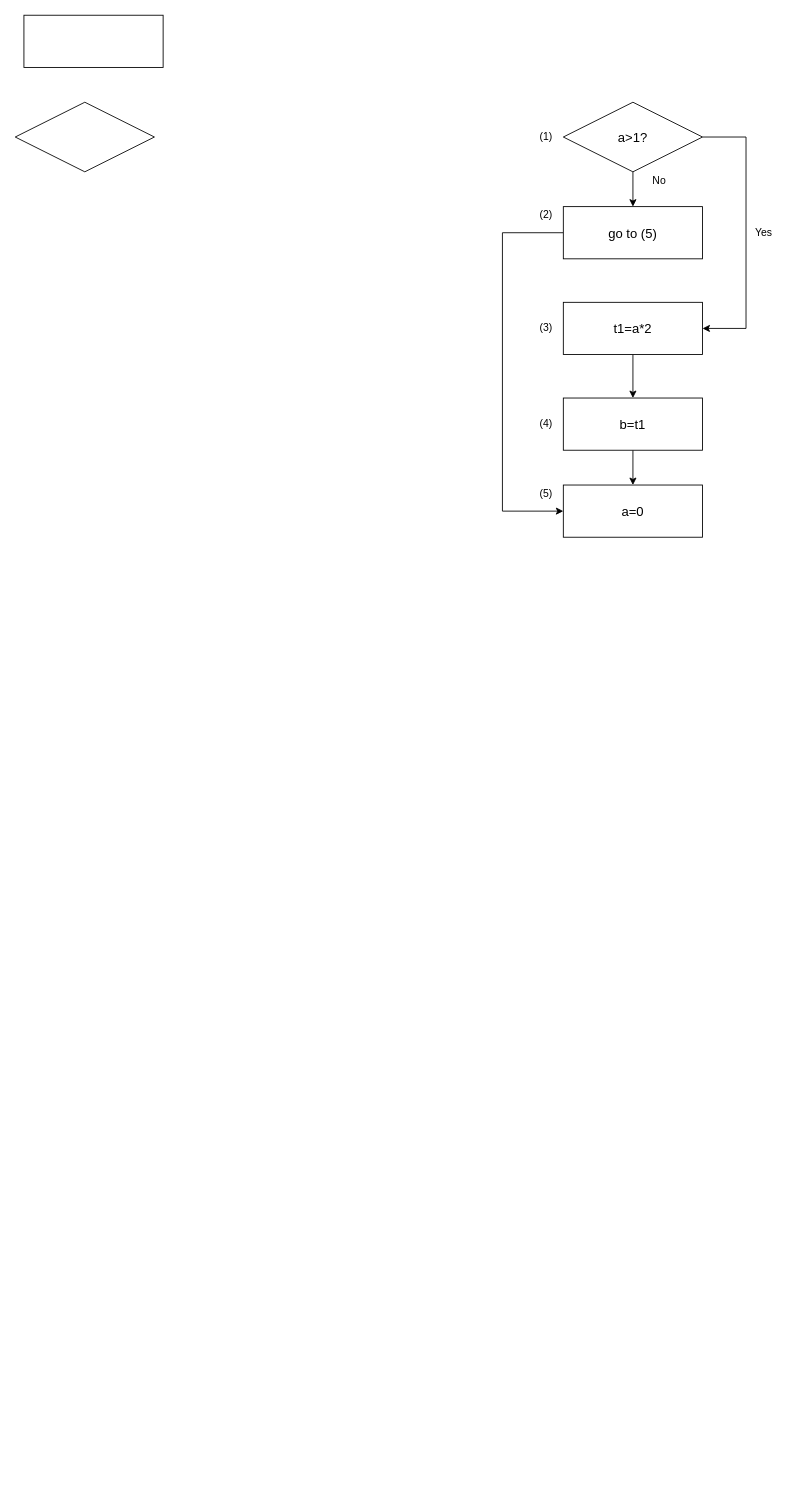
Earlier version of the draw.io diagram 未命名绘图.drawio (mistingrain/draw.io). Source tidied: cells renumbered, new cells numbered last; positions are measured from the earlier drawing's top-left corner, leaving out a move shared by most shapes. Both pictures are drawn from the tidied source at 87%, with x=0, y=0 at pixel (15, 15).
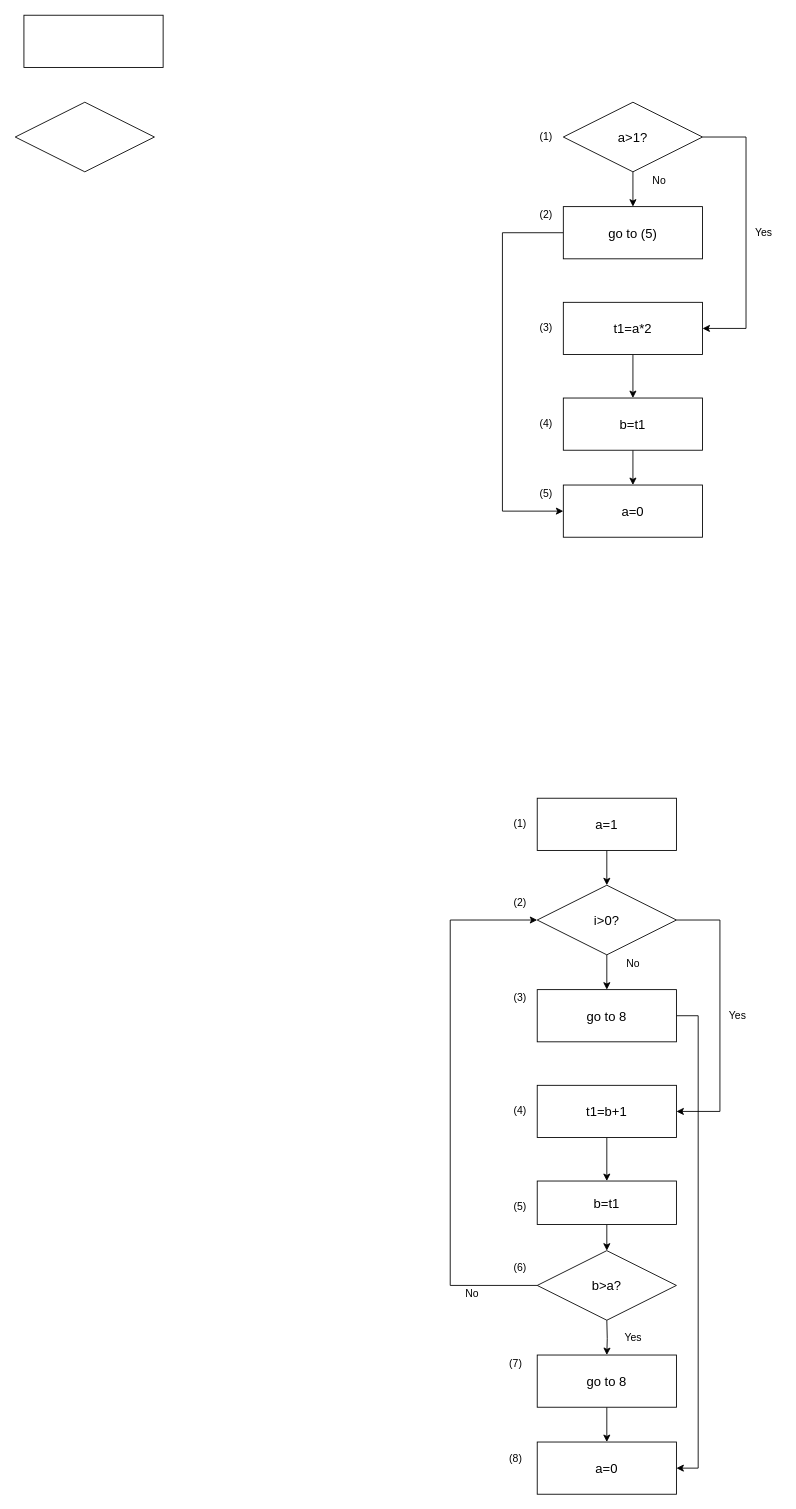
Above is the later version.

Commit message:
Update 未命名绘图.drawio

The edit, as a diff of the source:
```diff
@@
+    <mxCell id="21" style="edgeStyle=orthogonalEdgeStyle;rounded=0;jettySize=auto;html=1;entryX=1;entryY=0.5;entryDx=0;entryDy=0;" parent="1" edge="1" source="22" target="40">
+      <mxGeometry relative="1" as="geometry">
+        <Array as="points">
+          <mxPoint x="785" y="1150" />
+          <mxPoint x="785" y="1670" />
+        </Array>
+      </mxGeometry>
+    </mxCell>
+    <mxCell id="22" value="&lt;span style=&quot;font-size: 15px&quot;&gt;go to 8&lt;/span&gt;" style="rounded=0;whiteSpace=wrap;html=1;" parent="1" vertex="1">
+      <mxGeometry x="600" y="1120" width="160" height="60" as="geometry" />
+    </mxCell>
+    <mxCell id="23" style="edgeStyle=orthogonalEdgeStyle;rounded=0;jettySize=auto;html=1;" parent="1" edge="1" source="25" target="22">
+      <mxGeometry relative="1" as="geometry" />
+    </mxCell>
+    <mxCell id="24" style="edgeStyle=orthogonalEdgeStyle;rounded=0;jettySize=auto;html=1;entryX=1;entryY=0.5;entryDx=0;entryDy=0;" parent="1" edge="1" source="25" target="29">
+      <mxGeometry relative="1" as="geometry">
+        <Array as="points">
+          <mxPoint x="810" y="1040" />
+          <mxPoint x="810" y="1260" />
+        </Array>
+      </mxGeometry>
+    </mxCell>
+    <mxCell id="25" value="&lt;font style=&quot;font-size: 15px&quot;&gt;i&amp;gt;0?&lt;/font&gt;" style="rhombus;whiteSpace=wrap;html=1;" parent="1" vertex="1">
+      <mxGeometry x="600" y="1000" width="160" height="80" as="geometry" />
+    </mxCell>
+    <mxCell id="26" style="edgeStyle=orthogonalEdgeStyle;rounded=0;jettySize=auto;html=1;exitX=0.5;exitY=1;exitDx=0;exitDy=0;entryX=0.5;entryY=0;entryDx=0;entryDy=0;" parent="1" edge="1" source="27" target="46">
+      <mxGeometry relative="1" as="geometry" />
+    </mxCell>
+    <mxCell id="27" value="&lt;font style=&quot;font-size: 15px&quot;&gt;b=t1&lt;/font&gt;" style="rounded=0;whiteSpace=wrap;html=1;" parent="1" vertex="1">
+      <mxGeometry x="600" y="1340" width="160" height="50" as="geometry" />
+    </mxCell>
+    <mxCell id="28" style="edgeStyle=orthogonalEdgeStyle;rounded=0;jettySize=auto;html=1;entryX=0.5;entryY=0;entryDx=0;entryDy=0;" parent="1" edge="1" source="29" target="27">
+      <mxGeometry relative="1" as="geometry" />
+    </mxCell>
+    <mxCell id="29" value="&lt;font style=&quot;font-size: 15px&quot;&gt;t1=b+1&lt;/font&gt;" style="rounded=0;whiteSpace=wrap;html=1;" parent="1" vertex="1">
+      <mxGeometry x="600" y="1230" width="160" height="60" as="geometry" />
+    </mxCell>
+    <mxCell id="30" style="edgeStyle=orthogonalEdgeStyle;rounded=0;jettySize=auto;html=1;" parent="1" edge="1" target="39">
+      <mxGeometry relative="1" as="geometry">
+        <mxPoint x="680" y="1500" as="sourcePoint" />
+      </mxGeometry>
+    </mxCell>
+    <mxCell id="31" value="No" style="text;html=1;align=center;verticalAlign=middle;" parent="1" vertex="1">
+      <mxGeometry x="695" y="1080" width="30" height="20" as="geometry" />
+    </mxCell>
+    <mxCell id="32" value="Yes" style="text;html=1;align=center;verticalAlign=middle;" parent="1" vertex="1">
+      <mxGeometry x="810" y="1140" width="40" height="20" as="geometry" />
+    </mxCell>
+    <mxCell id="33" value="(2)" style="text;html=1;align=center;verticalAlign=middle;" parent="1" vertex="1">
+      <mxGeometry x="565" y="1010" width="30" height="20" as="geometry" />
+    </mxCell>
+    <mxCell id="34" value="(3)" style="text;html=1;align=center;verticalAlign=middle;" parent="1" vertex="1">
+      <mxGeometry x="565" y="1120" width="30" height="20" as="geometry" />
+    </mxCell>
+    <mxCell id="35" value="(5)" style="text;html=1;align=center;verticalAlign=middle;" parent="1" vertex="1">
+      <mxGeometry x="565" y="1360" width="30" height="20" as="geometry" />
+    </mxCell>
+    <mxCell id="36" value="(4)" style="text;html=1;align=center;verticalAlign=middle;" parent="1" vertex="1">
+      <mxGeometry x="565" y="1250" width="30" height="20" as="geometry" />
+    </mxCell>
+    <mxCell id="37" value="(6)" style="text;html=1;align=center;verticalAlign=middle;" parent="1" vertex="1">
+      <mxGeometry x="565" y="1430" width="30" height="20" as="geometry" />
+    </mxCell>
+    <mxCell id="38" style="edgeStyle=orthogonalEdgeStyle;rounded=0;jettySize=auto;html=1;" parent="1" edge="1" source="39" target="40">
+      <mxGeometry relative="1" as="geometry" />
+    </mxCell>
+    <mxCell id="39" value="&lt;font style=&quot;font-size: 15px&quot;&gt;go to 8&lt;/font&gt;" style="rounded=0;whiteSpace=wrap;html=1;" parent="1" vertex="1">
+      <mxGeometry x="600" y="1540" width="160" height="60" as="geometry" />
+    </mxCell>
+    <mxCell id="40" value="&lt;span style=&quot;font-size: 15px&quot;&gt;a=0&lt;/span&gt;" style="rounded=0;whiteSpace=wrap;html=1;" parent="1" vertex="1">
+      <mxGeometry x="600" y="1640" width="160" height="60" as="geometry" />
+    </mxCell>
+    <mxCell id="41" style="edgeStyle=orthogonalEdgeStyle;rounded=0;jettySize=auto;html=1;" parent="1" edge="1" source="42" target="25">
+      <mxGeometry relative="1" as="geometry" />
+    </mxCell>
+    <mxCell id="42" value="&lt;font style=&quot;font-size: 15px&quot;&gt;a=1&lt;/font&gt;" style="rounded=0;whiteSpace=wrap;html=1;" parent="1" vertex="1">
+      <mxGeometry x="600" y="900" width="160" height="60" as="geometry" />
+    </mxCell>
+    <mxCell id="43" value="(1)" style="text;html=1;align=center;verticalAlign=middle;" parent="1" vertex="1">
+      <mxGeometry x="565" y="920" width="30" height="20" as="geometry" />
+    </mxCell>
+    <mxCell id="44" value="(8)" style="text;html=1;align=center;verticalAlign=middle;" parent="1" vertex="1">
+      <mxGeometry x="560" y="1650" width="30" height="20" as="geometry" />
+    </mxCell>
+    <mxCell id="45" style="edgeStyle=orthogonalEdgeStyle;rounded=0;jettySize=auto;html=1;exitX=0;exitY=0.5;exitDx=0;exitDy=0;entryX=0;entryY=0.5;entryDx=0;entryDy=0;" parent="1" edge="1" source="46" target="25">
+      <mxGeometry relative="1" as="geometry">
+        <Array as="points">
+          <mxPoint x="500" y="1460" />
+          <mxPoint x="500" y="1040" />
+        </Array>
+      </mxGeometry>
+    </mxCell>
+    <mxCell id="46" value="&lt;font style=&quot;font-size: 15px&quot;&gt;b&amp;gt;a?&lt;/font&gt;" style="rhombus;whiteSpace=wrap;html=1;" parent="1" vertex="1">
+      <mxGeometry x="600" y="1420" width="160" height="80" as="geometry" />
+    </mxCell>
+    <mxCell id="47" value="No" style="text;html=1;align=center;verticalAlign=middle;" parent="1" vertex="1">
+      <mxGeometry x="510" y="1460" width="30" height="20" as="geometry" />
+    </mxCell>
+    <mxCell id="48" value="Yes" style="text;html=1;align=center;verticalAlign=middle;" parent="1" vertex="1">
+      <mxGeometry x="695" y="1510" width="30" height="20" as="geometry" />
+    </mxCell>
+    <mxCell id="49" value="(7)" style="text;html=1;align=center;verticalAlign=middle;" parent="1" vertex="1">
+      <mxGeometry x="560" y="1540" width="30" height="20" as="geometry" />
+    </mxCell>
```
